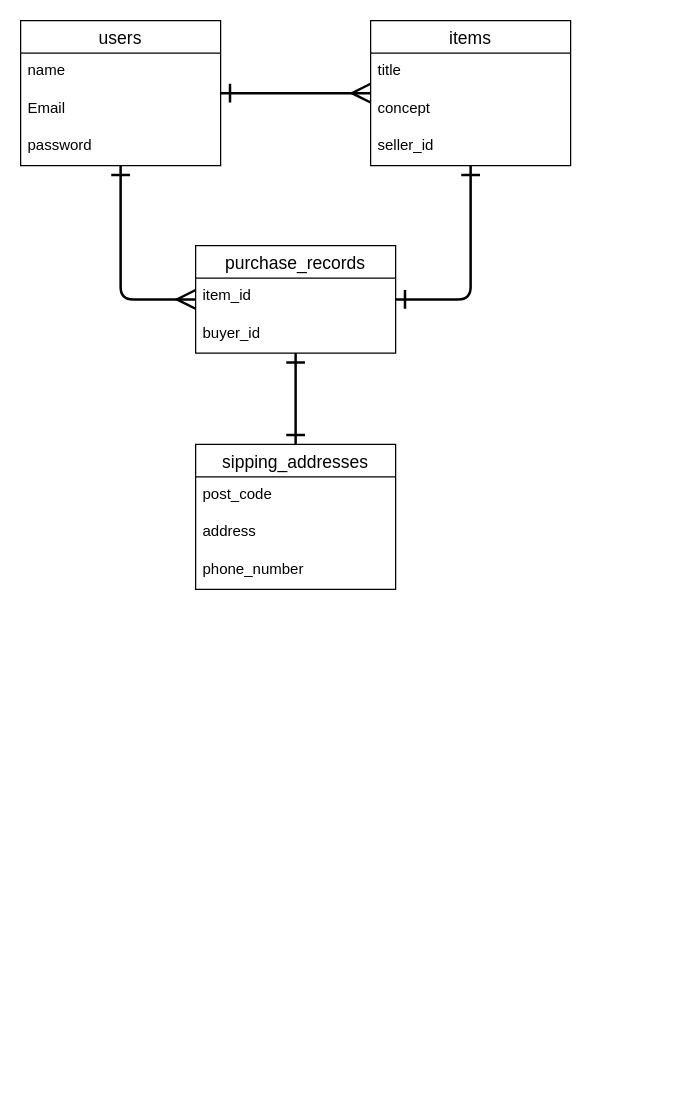
Earlier version of the draw.io diagram table.dio (takuro-miyaguchi/furima-38300). Source tidied: cells renumbered, new cells numbered last; positions are measured from the earlier drawing's top-left corner, leaving out a move shared by most shapes. Both pictures are drawn from the tidied source at 125%, with x=0, y=0 at pixel (20, 20).
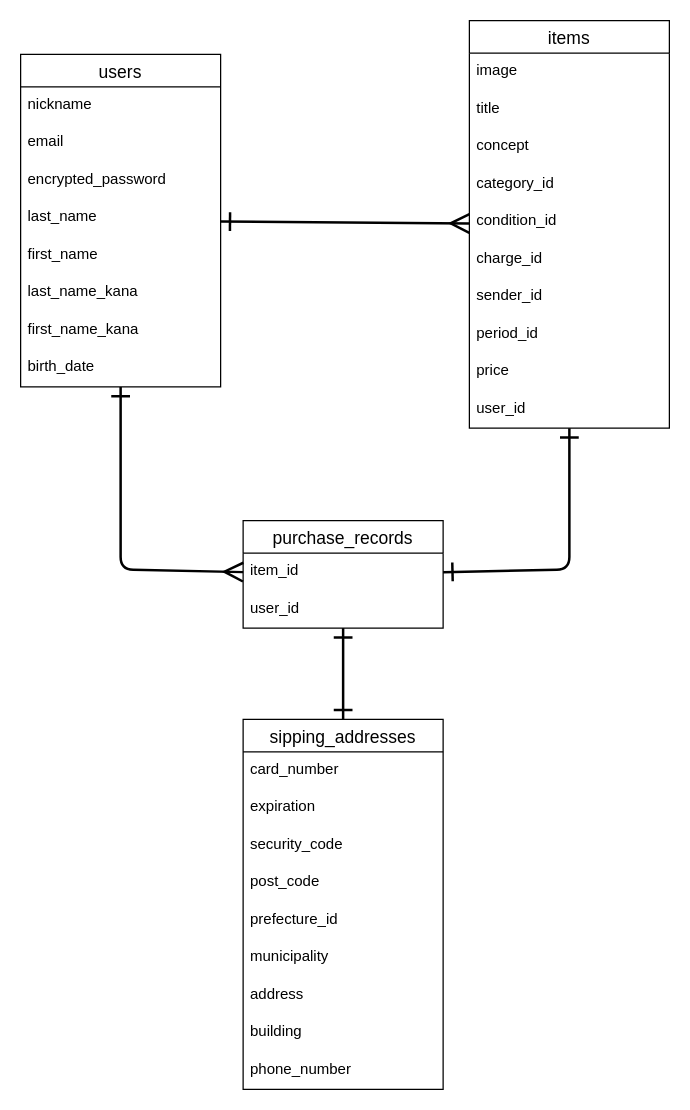
After the change.

Commit message (it also covers changes not shown here):
Issue3_DB設計3

Diff of the diagram source:
```diff
@@
     <mxCell id="2" value="users" style="swimlane;fontStyle=0;horizontal=1;startSize=26;align=center;fontSize=14;" parent="1" vertex="1">
-      <mxGeometry width="160" height="116" as="geometry" />
+      <mxGeometry y="27" width="160" height="266" as="geometry" />
     </mxCell>
-    <mxCell id="3" value="name" style="text;strokeColor=none;fillColor=none;spacingLeft=4;spacingRight=4;overflow=hidden;fontSize=12;" parent="2" vertex="1">
+    <mxCell id="3" value="nickname" style="text;strokeColor=none;fillColor=none;spacingLeft=4;spacingRight=4;overflow=hidden;fontSize=12;" parent="2" vertex="1">
       <mxGeometry y="26" width="160" height="30" as="geometry" />
     </mxCell>
-    <mxCell id="4" value="Email" style="text;strokeColor=none;fillColor=none;spacingLeft=4;spacingRight=4;overflow=hidden;fontSize=12;" parent="2" vertex="1">
+    <mxCell id="4" value="email" style="text;strokeColor=none;fillColor=none;spacingLeft=4;spacingRight=4;overflow=hidden;fontSize=12;" parent="2" vertex="1">
       <mxGeometry y="56" width="160" height="30" as="geometry" />
     </mxCell>
-    <mxCell id="5" value="password" style="text;strokeColor=none;fillColor=none;spacingLeft=4;spacingRight=4;overflow=hidden;fontSize=12;" parent="2" vertex="1">
+    <mxCell id="5" value="encrypted_password" style="text;strokeColor=none;fillColor=none;spacingLeft=4;spacingRight=4;overflow=hidden;fontSize=12;" parent="2" vertex="1">
       <mxGeometry y="86" width="160" height="30" as="geometry" />
     </mxCell>
+    <mxCell id="21" value="last_name" style="text;strokeColor=none;fillColor=none;spacingLeft=4;spacingRight=4;overflow=hidden;fontSize=12;" parent="2" vertex="1">
+      <mxGeometry y="116" width="160" height="30" as="geometry" />
+    </mxCell>
+    <mxCell id="22" value="first_name" style="text;strokeColor=none;fillColor=none;spacingLeft=4;spacingRight=4;overflow=hidden;fontSize=12;" parent="2" vertex="1">
+      <mxGeometry y="146" width="160" height="30" as="geometry" />
+    </mxCell>
+    <mxCell id="23" value="last_name_kana" style="text;strokeColor=none;fillColor=none;spacingLeft=4;spacingRight=4;overflow=hidden;fontSize=12;" parent="2" vertex="1">
+      <mxGeometry y="176" width="160" height="30" as="geometry" />
+    </mxCell>
+    <mxCell id="24" value="first_name_kana" style="text;strokeColor=none;fillColor=none;spacingLeft=4;spacingRight=4;overflow=hidden;fontSize=12;" parent="2" vertex="1">
+      <mxGeometry y="206" width="160" height="30" as="geometry" />
+    </mxCell>
+    <mxCell id="25" value="birth_date" style="text;strokeColor=none;fillColor=none;spacingLeft=4;spacingRight=4;overflow=hidden;fontSize=12;" parent="2" vertex="1">
+      <mxGeometry y="236" width="160" height="30" as="geometry" />
+    </mxCell>
     <mxCell id="6" value="items" style="swimlane;fontStyle=0;horizontal=1;startSize=26;align=center;fontSize=14;" parent="1" vertex="1">
-      <mxGeometry x="280" width="160" height="116" as="geometry" />
+      <mxGeometry x="359" width="160" height="326" as="geometry" />
     </mxCell>
+    <mxCell id="26" value="image" style="text;strokeColor=none;fillColor=none;spacingLeft=4;spacingRight=4;overflow=hidden;fontSize=12;" parent="6" vertex="1">
+      <mxGeometry y="26" width="160" height="30" as="geometry" />
+    </mxCell>
     <mxCell id="7" value="title" style="text;strokeColor=none;fillColor=none;spacingLeft=4;spacingRight=4;overflow=hidden;fontSize=12;" parent="6" vertex="1">
-      <mxGeometry y="26" width="160" height="30" as="geometry" />
+      <mxGeometry y="56" width="160" height="30" as="geometry" />
     </mxCell>
     <mxCell id="8" value="concept" style="text;strokeColor=none;fillColor=none;spacingLeft=4;spacingRight=4;overflow=hidden;fontSize=12;" parent="6" vertex="1">
-      <mxGeometry y="56" width="160" height="30" as="geometry" />
+      <mxGeometry y="86" width="160" height="30" as="geometry" />
     </mxCell>
+    <mxCell id="27" value="category_id" style="text;strokeColor=none;fillColor=none;spacingLeft=4;spacingRight=4;overflow=hidden;fontSize=12;" parent="6" vertex="1">
+      <mxGeometry y="116" width="160" height="30" as="geometry" />
+    </mxCell>
+    <mxCell id="28" value="condition_id" style="text;strokeColor=none;fillColor=none;spacingLeft=4;spacingRight=4;overflow=hidden;fontSize=12;" parent="6" vertex="1">
+      <mxGeometry y="146" width="160" height="30" as="geometry" />
+    </mxCell>
+    <mxCell id="29" value="charge_id" style="text;strokeColor=none;fillColor=none;spacingLeft=4;spacingRight=4;overflow=hidden;fontSize=12;" parent="6" vertex="1">
+      <mxGeometry y="176" width="160" height="30" as="geometry" />
+    </mxCell>
+    <mxCell id="30" value="sender_id" style="text;strokeColor=none;fillColor=none;spacingLeft=4;spacingRight=4;overflow=hidden;fontSize=12;" parent="6" vertex="1">
+      <mxGeometry y="206" width="160" height="30" as="geometry" />
+    </mxCell>
+    <mxCell id="31" value="period_id" style="text;strokeColor=none;fillColor=none;spacingLeft=4;spacingRight=4;overflow=hidden;fontSize=12;" parent="6" vertex="1">
+      <mxGeometry y="236" width="160" height="30" as="geometry" />
+    </mxCell>
+    <mxCell id="32" value="price" style="text;strokeColor=none;fillColor=none;spacingLeft=4;spacingRight=4;overflow=hidden;fontSize=12;" parent="6" vertex="1">
+      <mxGeometry y="266" width="160" height="30" as="geometry" />
+    </mxCell>
-    <mxCell id="9" value="seller_id" style="text;strokeColor=none;fillColor=none;spacingLeft=4;spacingRight=4;overflow=hidden;fontSize=12;" parent="6" vertex="1">
-      <mxGeometry y="86" width="160" height="30" as="geometry" />
+    <mxCell id="9" value="user_id" style="text;strokeColor=none;fillColor=none;spacingLeft=4;spacingRight=4;overflow=hidden;fontSize=12;" parent="6" vertex="1">
+      <mxGeometry y="296" width="160" height="30" as="geometry" />
     </mxCell>
@@
     <mxCell id="11" value="purchase_records" style="swimlane;fontStyle=0;horizontal=1;startSize=26;align=center;fontSize=14;" parent="1" vertex="1">
-      <mxGeometry x="140" y="180" width="160" height="86" as="geometry" />
+      <mxGeometry x="178" y="400" width="160" height="86" as="geometry" />
     </mxCell>
@@
-    <mxCell id="13" value="buyer_id" style="text;strokeColor=none;fillColor=none;spacingLeft=4;spacingRight=4;overflow=hidden;fontSize=12;" parent="11" vertex="1">
+    <mxCell id="13" value="user_id" style="text;strokeColor=none;fillColor=none;spacingLeft=4;spacingRight=4;overflow=hidden;fontSize=12;" parent="11" vertex="1">
       <mxGeometry y="56" width="160" height="30" as="geometry" />
     </mxCell>
     <mxCell id="14" style="edgeStyle=none;html=1;startArrow=ERmany;startFill=0;endArrow=ERone;endFill=0;startSize=12;endSize=12;targetPerimeterSpacing=0;strokeWidth=2;" parent="1" edge="1" source="11" target="2">
       <mxGeometry relative="1" as="geometry">
         <Array as="points">
-          <mxPoint x="80" y="223" />
+          <mxPoint x="80" y="439" />
         </Array>
       </mxGeometry>
     </mxCell>
     <mxCell id="15" style="edgeStyle=none;html=1;startArrow=ERone;startFill=0;endArrow=ERone;endFill=0;startSize=12;endSize=12;targetPerimeterSpacing=0;strokeWidth=2;" parent="1" edge="1" source="11" target="6">
       <mxGeometry relative="1" as="geometry">
         <Array as="points">
-          <mxPoint x="360" y="223" />
+          <mxPoint x="439" y="439" />
         </Array>
       </mxGeometry>
     </mxCell>
@@
     <mxCell id="17" value="sipping_addresses" style="swimlane;fontStyle=0;horizontal=1;startSize=26;align=center;fontSize=14;" parent="1" vertex="1">
-      <mxGeometry x="140" y="339" width="160" height="116" as="geometry" />
+      <mxGeometry x="178" y="559" width="160" height="296" as="geometry" />
     </mxCell>
-    <mxCell id="18" value="post_code" style="text;strokeColor=none;fillColor=none;spacingLeft=4;spacingRight=4;overflow=hidden;fontSize=12;" parent="17" vertex="1">
+    <mxCell id="18" value="card_number" style="text;strokeColor=none;fillColor=none;spacingLeft=4;spacingRight=4;overflow=hidden;fontSize=12;" parent="17" vertex="1">
       <mxGeometry y="26" width="160" height="30" as="geometry" />
     </mxCell>
+    <mxCell id="33" value="expiration" style="text;strokeColor=none;fillColor=none;spacingLeft=4;spacingRight=4;overflow=hidden;fontSize=12;" parent="17" vertex="1">
+      <mxGeometry y="56" width="160" height="30" as="geometry" />
+    </mxCell>
+    <mxCell id="34" value="security_code" style="text;strokeColor=none;fillColor=none;spacingLeft=4;spacingRight=4;overflow=hidden;fontSize=12;" parent="17" vertex="1">
+      <mxGeometry y="86" width="160" height="30" as="geometry" />
+    </mxCell>
+    <mxCell id="35" value="post_code" style="text;strokeColor=none;fillColor=none;spacingLeft=4;spacingRight=4;overflow=hidden;fontSize=12;" parent="17" vertex="1">
+      <mxGeometry y="116" width="160" height="30" as="geometry" />
+    </mxCell>
+    <mxCell id="36" value="prefecture_id" style="text;strokeColor=none;fillColor=none;spacingLeft=4;spacingRight=4;overflow=hidden;fontSize=12;" parent="17" vertex="1">
+      <mxGeometry y="146" width="160" height="30" as="geometry" />
+    </mxCell>
-    <mxCell id="19" value="address" style="text;strokeColor=none;fillColor=none;spacingLeft=4;spacingRight=4;overflow=hidden;fontSize=12;" parent="17" vertex="1">
-      <mxGeometry y="56" width="160" height="30" as="geometry" />
+    <mxCell id="19" value="municipality" style="text;strokeColor=none;fillColor=none;spacingLeft=4;spacingRight=4;overflow=hidden;fontSize=12;" parent="17" vertex="1">
+      <mxGeometry y="176" width="160" height="30" as="geometry" />
     </mxCell>
+    <mxCell id="37" value="address" style="text;strokeColor=none;fillColor=none;spacingLeft=4;spacingRight=4;overflow=hidden;fontSize=12;" parent="17" vertex="1">
+      <mxGeometry y="206" width="160" height="30" as="geometry" />
+    </mxCell>
+    <mxCell id="38" value="building" style="text;strokeColor=none;fillColor=none;spacingLeft=4;spacingRight=4;overflow=hidden;fontSize=12;" parent="17" vertex="1">
+      <mxGeometry y="236" width="160" height="30" as="geometry" />
+    </mxCell>
     <mxCell id="20" value="phone_number" style="text;strokeColor=none;fillColor=none;spacingLeft=4;spacingRight=4;overflow=hidden;fontSize=12;" parent="17" vertex="1">
-      <mxGeometry y="86" width="160" height="30" as="geometry" />
+      <mxGeometry y="266" width="160" height="30" as="geometry" />
     </mxCell>
```
